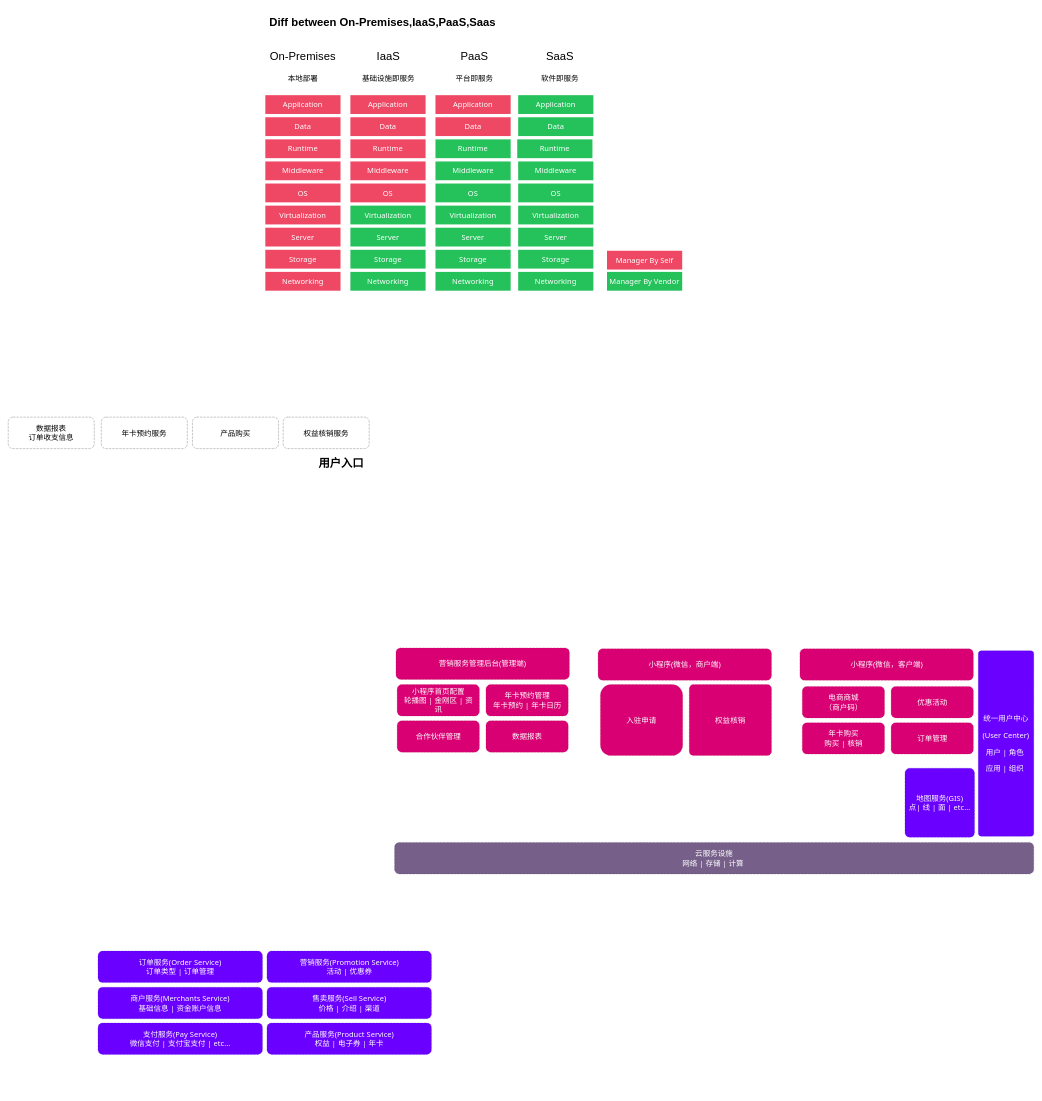
This is 系统架构(全能力版).drawio from joestarhu/drowio, a draw.io file, before an edit. Source tidied: cells renumbered, new cells numbered last; positions are measured from the earlier drawing's top-left corner, leaving out a move shared by most shapes. Both pictures are drawn from the tidied source at 47%, with x=0, y=0 at pixel (8, 13).
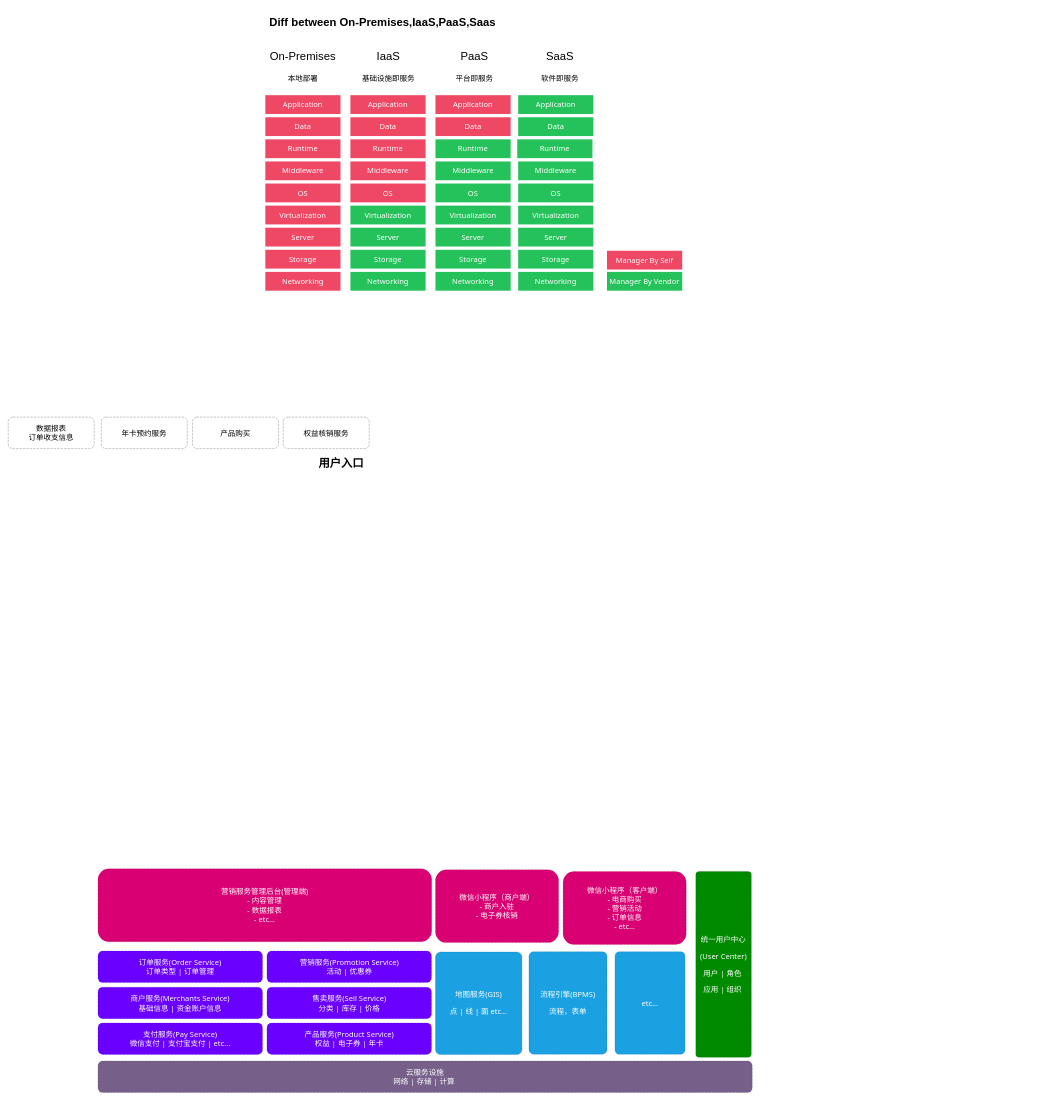
The same page after the edit.

Commit message:
更新系统架构(全能力版).drawio

What changed in the source:
```diff
@@
-    <mxCell id="45" value="&lt;p style=&quot;font-size: 16px;&quot;&gt;统一用户中心&lt;/p&gt;&lt;p style=&quot;font-size: 16px;&quot;&gt;(User Center)&lt;/p&gt;&lt;p style=&quot;font-size: 16px;&quot;&gt;用户 | 角色&amp;nbsp;&lt;/p&gt;&lt;p style=&quot;font-size: 16px;&quot;&gt;应用 | 组织&amp;nbsp;&lt;/p&gt;" style="rounded=1;whiteSpace=wrap;html=1;fontFamily=Tahoma;arcSize=6;fontSize=16;verticalAlign=middle;align=center;spacing=8;dashed=1;dashPattern=1 1;fillColor=#6a00ff;fontColor=#ffffff;strokeColor=#3700CC;" parent="1" vertex="1">
-      <mxGeometry x="2064" y="1357" width="118" height="395" as="geometry" />
-    </mxCell>
@@
     <mxCell id="47" value="云服务设施&lt;br&gt;网络 | 存储 | 计算&amp;nbsp;" style="rounded=1;whiteSpace=wrap;html=1;fontFamily=Tahoma;verticalAlign=middle;align=center;spacing=8;fontSize=16;strokeColor=#432D57;dashed=1;dashPattern=1 2;fillColor=#76608a;fontColor=#ffffff;" parent="1" vertex="1">
-      <mxGeometry x="822" y="1765" width="1360" height="67" as="geometry" />
+      <mxGeometry x="191" y="2230" width="1392" height="67" as="geometry" />
     </mxCell>
-    <mxCell id="48" value="小程序(微信，商户端)" style="rounded=1;whiteSpace=wrap;html=1;fontFamily=Tahoma;verticalAlign=middle;align=center;spacing=8;fontSize=16;strokeColor=#A50040;dashed=1;dashPattern=1 2;fillColor=#d80073;fontColor=#ffffff;" parent="1" vertex="1">
-      <mxGeometry x="1255" y="1353" width="369" height="67" as="geometry" />
-    </mxCell>
-    <mxCell id="49" value="小程序(微信，客户端)" style="rounded=1;whiteSpace=wrap;html=1;fontFamily=Tahoma;verticalAlign=middle;align=center;spacing=8;fontSize=16;strokeColor=#A50040;dashed=1;dashPattern=1 2;fillColor=#d80073;fontColor=#ffffff;" parent="1" vertex="1">
-      <mxGeometry x="1684.5" y="1353" width="369" height="67" as="geometry" />
-    </mxCell>
-    <mxCell id="50" value="营销服务管理后台(管理端)" style="rounded=1;whiteSpace=wrap;html=1;fontFamily=Tahoma;verticalAlign=middle;align=center;spacing=8;fontSize=16;strokeColor=#A50040;dashed=1;dashPattern=1 2;fillColor=#d80073;fontColor=#ffffff;" parent="1" vertex="1">
-      <mxGeometry x="825" y="1351" width="369" height="67" as="geometry" />
-    </mxCell>
@@
-    <mxCell id="55" value="地图服务(GIS)&lt;br&gt;点| 线 | 面 | etc..." style="rounded=1;whiteSpace=wrap;html=1;fontFamily=Tahoma;verticalAlign=middle;align=center;spacing=8;fontSize=16;strokeColor=#3700CC;dashed=1;dashPattern=1 2;arcSize=7;fillColor=#6a00ff;fontColor=#ffffff;" parent="1" vertex="1">
-      <mxGeometry x="1908" y="1607" width="148" height="147" as="geometry" />
-    </mxCell>
@@
-    <mxCell id="58" value="售卖服务(Sell Service)&lt;br&gt;价格 | 介绍 | 渠道" style="rounded=1;whiteSpace=wrap;html=1;fontFamily=Tahoma;verticalAlign=middle;align=center;spacing=8;fontSize=16;strokeColor=#3700CC;dashed=1;dashPattern=1 2;fillColor=#6a00ff;fontColor=#ffffff;" parent="1" vertex="1">
+    <mxCell id="58" value="售卖服务(Sell Service)&lt;br&gt;分类 | 库存 | 价格" style="rounded=1;whiteSpace=wrap;html=1;fontFamily=Tahoma;verticalAlign=middle;align=center;spacing=8;fontSize=16;strokeColor=#3700CC;dashed=1;dashPattern=1 2;fillColor=#6a00ff;fontColor=#ffffff;" parent="1" vertex="1">
       <mxGeometry x="550.5" y="2073" width="350" height="67" as="geometry" />
     </mxCell>
@@
-    <mxCell id="62" value="年卡预约管理&lt;br&gt;年卡预约 | 年卡日历" style="rounded=1;whiteSpace=wrap;html=1;fontFamily=Tahoma;verticalAlign=middle;align=center;spacing=8;fontSize=16;strokeColor=#A50040;dashed=1;dashPattern=1 2;fillColor=#d80073;fontColor=#ffffff;" parent="1" vertex="1">
-      <mxGeometry x="1016.5" y="1429" width="175" height="67" as="geometry" />
-    </mxCell>
-    <mxCell id="63" value="小程序首页配置&lt;br&gt;轮播图 | 金刚区 | 资讯" style="rounded=1;whiteSpace=wrap;html=1;fontFamily=Tahoma;verticalAlign=middle;align=center;spacing=8;fontSize=16;strokeColor=#A50040;dashed=1;dashPattern=1 2;fillColor=#d80073;fontColor=#ffffff;" parent="1" vertex="1">
-      <mxGeometry x="827.5" y="1429" width="175" height="67" as="geometry" />
-    </mxCell>
-    <mxCell id="64" value="合作伙伴管理" style="rounded=1;whiteSpace=wrap;html=1;fontFamily=Tahoma;verticalAlign=middle;align=center;spacing=8;fontSize=16;strokeColor=#A50040;dashed=1;dashPattern=1 2;fillColor=#d80073;fontColor=#ffffff;" parent="1" vertex="1">
-      <mxGeometry x="827.5" y="1506" width="175" height="67" as="geometry" />
-    </mxCell>
-    <mxCell id="65" value="数据报表" style="rounded=1;whiteSpace=wrap;html=1;fontFamily=Tahoma;verticalAlign=middle;align=center;spacing=8;fontSize=16;strokeColor=#A50040;dashed=1;dashPattern=1 2;fillColor=#d80073;fontColor=#ffffff;" parent="1" vertex="1">
-      <mxGeometry x="1016.5" y="1506" width="175" height="67" as="geometry" />
-    </mxCell>
-    <mxCell id="66" value="权益核销" style="rounded=1;whiteSpace=wrap;html=1;fontFamily=Tahoma;verticalAlign=middle;align=center;spacing=8;fontSize=16;strokeColor=#A50040;dashed=1;dashPattern=1 2;arcSize=6;fillColor=#d80073;fontColor=#ffffff;" parent="1" vertex="1">
-      <mxGeometry x="1449" y="1429" width="175" height="151" as="geometry" />
-    </mxCell>
-    <mxCell id="67" value="入驻申请" style="rounded=1;whiteSpace=wrap;html=1;fontFamily=Tahoma;verticalAlign=middle;align=center;spacing=8;fontSize=16;strokeColor=#A50040;dashed=1;dashPattern=1 2;fillColor=#d80073;fontColor=#ffffff;" parent="1" vertex="1">
-      <mxGeometry x="1260" y="1429" width="175" height="151" as="geometry" />
-    </mxCell>
-    <mxCell id="68" value="优惠活动" style="rounded=1;whiteSpace=wrap;html=1;fontFamily=Tahoma;verticalAlign=middle;align=center;spacing=8;fontSize=16;strokeColor=#A50040;dashed=1;dashPattern=1 2;fillColor=#d80073;fontColor=#ffffff;" parent="1" vertex="1">
-      <mxGeometry x="1878.5" y="1433" width="175" height="67" as="geometry" />
-    </mxCell>
-    <mxCell id="69" value="电商商城&lt;br&gt;（商户码）" style="rounded=1;whiteSpace=wrap;html=1;fontFamily=Tahoma;verticalAlign=middle;align=center;spacing=8;fontSize=16;strokeColor=#A50040;dashed=1;dashPattern=1 2;fillColor=#d80073;fontColor=#ffffff;" parent="1" vertex="1">
-      <mxGeometry x="1689.5" y="1433" width="175" height="67" as="geometry" />
-    </mxCell>
-    <mxCell id="70" value="年卡购买&lt;br&gt;购买 | 核销" style="rounded=1;whiteSpace=wrap;html=1;fontFamily=Tahoma;verticalAlign=middle;align=center;spacing=8;fontSize=16;strokeColor=#A50040;dashed=1;dashPattern=1 2;fillColor=#d80073;fontColor=#ffffff;" parent="1" vertex="1">
-      <mxGeometry x="1689.5" y="1510" width="175" height="67" as="geometry" />
-    </mxCell>
-    <mxCell id="71" value="订单管理" style="rounded=1;whiteSpace=wrap;html=1;fontFamily=Tahoma;verticalAlign=middle;align=center;spacing=8;fontSize=16;strokeColor=#A50040;dashed=1;dashPattern=1 2;fillColor=#d80073;fontColor=#ffffff;" parent="1" vertex="1">
-      <mxGeometry x="1878.5" y="1510" width="175" height="67" as="geometry" />
-    </mxCell>
+    <mxCell id="45" value="&lt;p style=&quot;font-size: 16px;&quot;&gt;统一用户中心&lt;/p&gt;&lt;p style=&quot;font-size: 16px;&quot;&gt;(User Center)&lt;/p&gt;&lt;p style=&quot;font-size: 16px;&quot;&gt;用户 | 角色&amp;nbsp;&lt;/p&gt;&lt;p style=&quot;font-size: 16px;&quot;&gt;应用 | 组织&amp;nbsp;&lt;/p&gt;" style="rounded=1;whiteSpace=wrap;html=1;fontFamily=Tahoma;arcSize=6;fontSize=16;verticalAlign=middle;align=center;spacing=8;dashed=1;dashPattern=1 1;fillColor=#008a00;strokeColor=#005700;fontColor=#ffffff;" parent="1" vertex="1">
+      <mxGeometry x="1463" y="1827" width="118" height="395" as="geometry" />
+    </mxCell>
+    <mxCell id="72" value="营销服务管理后台(管理端)&lt;br&gt;- 内容管理&lt;br&gt;- 数据报表&lt;br&gt;- etc..." style="rounded=1;whiteSpace=wrap;html=1;fontFamily=Tahoma;verticalAlign=middle;align=center;spacing=8;fontSize=16;strokeColor=#A50040;dashed=1;dashPattern=1 2;fillColor=#d80073;fontColor=#ffffff;" parent="1" vertex="1">
+      <mxGeometry x="191" y="1821" width="710" height="155" as="geometry" />
+    </mxCell>
+    <mxCell id="73" value="&lt;p style=&quot;font-size: 16px;&quot;&gt;地图服务(GIS)&lt;/p&gt;&lt;p style=&quot;font-size: 16px;&quot;&gt;点 | 线 | 面 etc...&lt;/p&gt;" style="rounded=1;whiteSpace=wrap;html=1;fontFamily=Tahoma;arcSize=6;fontSize=16;verticalAlign=middle;align=center;spacing=8;dashed=1;dashPattern=1 1;fillColor=#1ba1e2;fontColor=#ffffff;strokeColor=#006EAF;" parent="1" vertex="1">
+      <mxGeometry x="909" y="1998" width="184" height="218" as="geometry" />
+    </mxCell>
+    <mxCell id="74" value="&lt;p style=&quot;font-size: 16px;&quot;&gt;流程引擎(BPMS)&lt;/p&gt;&lt;p style=&quot;font-size: 16px;&quot;&gt;流程，表单&lt;/p&gt;" style="rounded=1;whiteSpace=wrap;html=1;fontFamily=Tahoma;arcSize=6;fontSize=16;verticalAlign=middle;align=center;spacing=8;dashed=1;dashPattern=1 1;fillColor=#1ba1e2;fontColor=#ffffff;strokeColor=#006EAF;" parent="1" vertex="1">
+      <mxGeometry x="1108" y="1997.5" width="166" height="218" as="geometry" />
+    </mxCell>
+    <mxCell id="75" value="&lt;p style=&quot;font-size: 16px;&quot;&gt;etc...&lt;/p&gt;" style="rounded=1;whiteSpace=wrap;html=1;fontFamily=Tahoma;arcSize=6;fontSize=16;verticalAlign=middle;align=center;spacing=8;dashed=1;dashPattern=1 1;fillColor=#1ba1e2;fontColor=#ffffff;strokeColor=#006EAF;" parent="1" vertex="1">
+      <mxGeometry x="1291" y="1997.5" width="149" height="218" as="geometry" />
+    </mxCell>
+    <mxCell id="76" value="微信小程序（商户端）&lt;br&gt;- 商户入驻&lt;br&gt;- 电子券核销" style="rounded=1;whiteSpace=wrap;html=1;fontFamily=Tahoma;verticalAlign=middle;align=center;spacing=8;fontSize=16;strokeColor=#A50040;dashed=1;dashPattern=1 2;fillColor=#d80073;fontColor=#ffffff;" parent="1" vertex="1">
+      <mxGeometry x="909" y="1823" width="262" height="155" as="geometry" />
+    </mxCell>
+    <mxCell id="77" value="微信小程序（客户端）&lt;br&gt;- 电商购买&lt;br&gt;- 营销活动&lt;br&gt;- 订单信息&lt;br&gt;- etc..." style="rounded=1;whiteSpace=wrap;html=1;fontFamily=Tahoma;verticalAlign=middle;align=center;spacing=8;fontSize=16;strokeColor=#A50040;dashed=1;dashPattern=1 2;fillColor=#d80073;fontColor=#ffffff;" parent="1" vertex="1">
+      <mxGeometry x="1180.5" y="1827" width="262" height="155" as="geometry" />
+    </mxCell>
```
